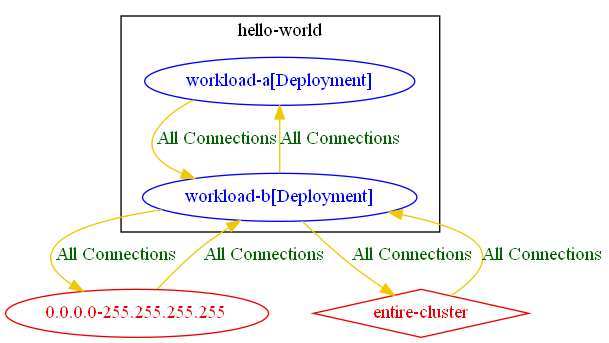
The Graphviz diagram test_outputs/connlist/exposure_test_only_matched_rules_connlist_output.dot.png in np-guard/netpol-analyzer, before a commit. Its source is kept beside it as test_outputs/connlist/exposure_test_only_matched_rules_connlist_output.dot. Source of this version:
```dot
digraph {
	subgraph "cluster_hello_world" {
		color="black"
		fontcolor="black"
		"hello-world/workload-a[Deployment]" [label="workload-a[Deployment]" color="blue" fontcolor="blue"]
		"hello-world/workload-b[Deployment]" [label="workload-b[Deployment]" color="blue" fontcolor="blue"]
		label="hello-world"
	}
	"0.0.0.0-255.255.255.255" [label="0.0.0.0-255.255.255.255" color="red2" fontcolor="red2"]
	"entire-cluster" [label="entire-cluster" color="red2" fontcolor="red2" shape=diamond]
	"0.0.0.0-255.255.255.255" -> "hello-world/workload-b[Deployment]" [label="All Connections" color="gold2" fontcolor="darkgreen"]
	"entire-cluster" -> "hello-world/workload-b[Deployment]" [label="All Connections" color="gold2" fontcolor="darkgreen"]
	"hello-world/workload-a[Deployment]" -> "hello-world/workload-b[Deployment]" [label="All Connections" color="gold2" fontcolor="darkgreen"]
	"hello-world/workload-b[Deployment]" -> "0.0.0.0-255.255.255.255" [label="All Connections" color="gold2" fontcolor="darkgreen"]
	"hello-world/workload-b[Deployment]" -> "entire-cluster" [label="All Connections" color="gold2" fontcolor="darkgreen"]
	"hello-world/workload-b[Deployment]" -> "hello-world/workload-a[Deployment]" [label="All Connections" color="gold2" fontcolor="darkgreen"]
}
```
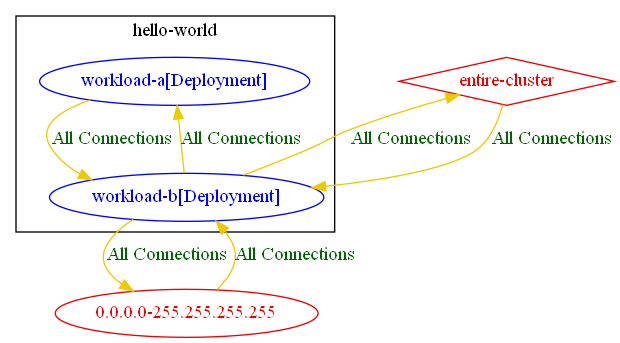
The same diagram one commit later.

What changed in the source:
```diff
@@ -9,9 +9,9 @@
 	"0.0.0.0-255.255.255.255" [label="0.0.0.0-255.255.255.255" color="red2" fontcolor="red2"]
 	"entire-cluster" [label="entire-cluster" color="red2" fontcolor="red2" shape=diamond]
 	"0.0.0.0-255.255.255.255" -> "hello-world/workload-b[Deployment]" [label="All Connections" color="gold2" fontcolor="darkgreen"]
-	"entire-cluster" -> "hello-world/workload-b[Deployment]" [label="All Connections" color="gold2" fontcolor="darkgreen"]
+	"entire-cluster" -> "hello-world/workload-b[Deployment]" [label="All Connections" color="gold2" fontcolor="darkgreen" weight=1]
 	"hello-world/workload-a[Deployment]" -> "hello-world/workload-b[Deployment]" [label="All Connections" color="gold2" fontcolor="darkgreen"]
 	"hello-world/workload-b[Deployment]" -> "0.0.0.0-255.255.255.255" [label="All Connections" color="gold2" fontcolor="darkgreen"]
-	"hello-world/workload-b[Deployment]" -> "entire-cluster" [label="All Connections" color="gold2" fontcolor="darkgreen"]
+	"hello-world/workload-b[Deployment]" -> "entire-cluster" [label="All Connections" color="gold2" fontcolor="darkgreen" weight=0.5]
 	"hello-world/workload-b[Deployment]" -> "hello-world/workload-a[Deployment]" [label="All Connections" color="gold2" fontcolor="darkgreen"]
 }
```
